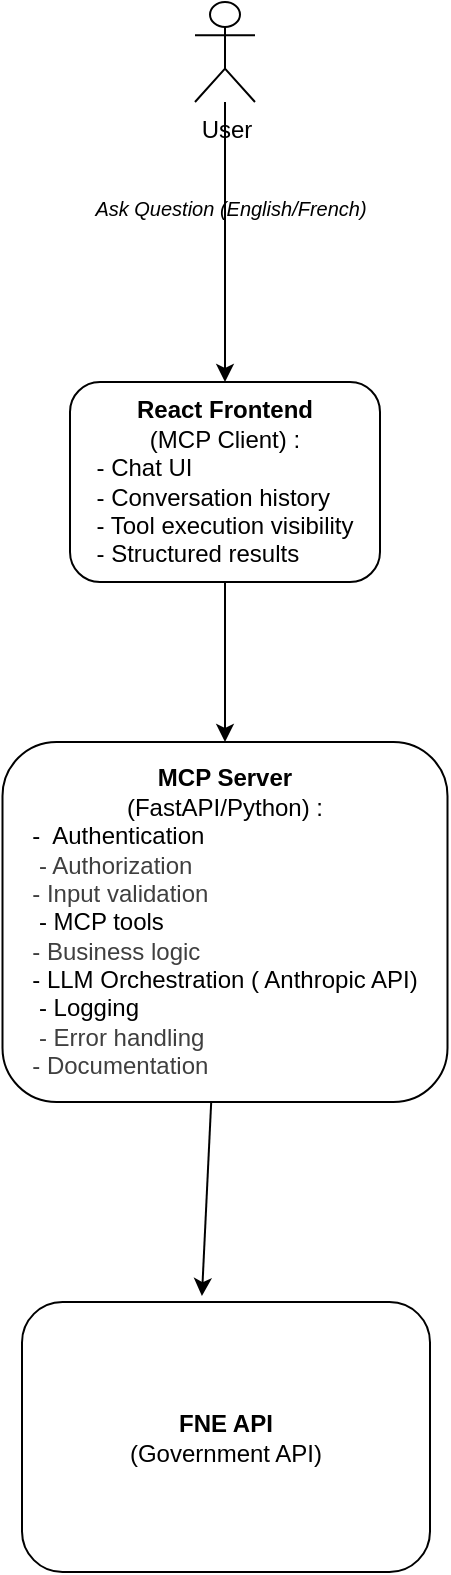
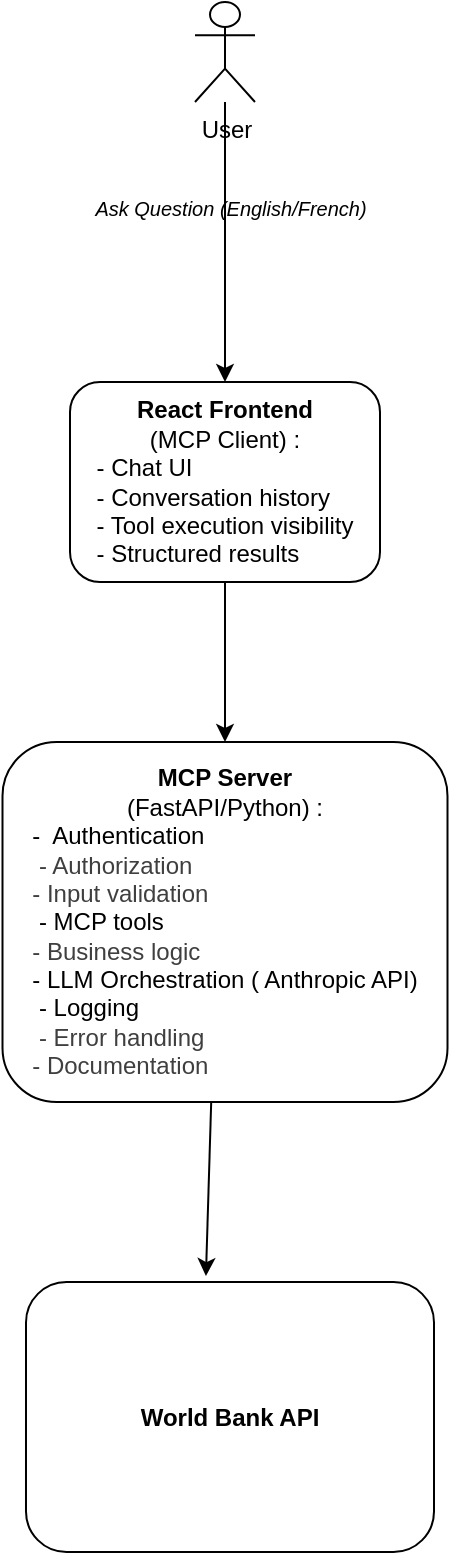
<mxfile host="65bd71144e">
    <diagram id="lmC9RGhPw9addgVsYxYg" name="Page-1">
-         <mxGraphModel dx="536" dy="647" grid="1" gridSize="10" guides="1" tooltips="1" connect="1" arrows="1" fold="1" page="1" pageScale="1" pageWidth="827" pageHeight="1169" math="0" shadow="0">
+         <mxGraphModel dx="536" dy="355" grid="1" gridSize="10" guides="1" tooltips="1" connect="1" arrows="1" fold="1" page="1" pageScale="1" pageWidth="827" pageHeight="1169" math="0" shadow="0">
            <root>
                <mxCell id="0"/>
                <mxCell id="1" parent="0"/>
                <mxCell id="2" value="&lt;b&gt;React Frontend&lt;/b&gt;&lt;div&gt;(MCP Client) :&lt;/div&gt;&lt;div style=&quot;text-align: left;&quot;&gt;- Chat UI&lt;/div&gt;&lt;div style=&quot;text-align: left;&quot;&gt;- Conversation history&lt;/div&gt;&lt;div style=&quot;text-align: left;&quot;&gt;- Tool execution visibility&lt;/div&gt;&lt;div style=&quot;text-align: left;&quot;&gt;- Structured results&lt;/div&gt;" style="rounded=1;whiteSpace=wrap;html=1;" parent="1" vertex="1">
                    <mxGeometry x="70" y="220" width="155" height="100" as="geometry"/>
                </mxCell>
                <mxCell id="3" value="&lt;div&gt;&lt;b&gt;MCP Server&lt;/b&gt;&lt;/div&gt;&lt;div&gt;(FastAPI/Python) :&lt;/div&gt;&lt;div style=&quot;text-align: left;&quot;&gt;-&amp;nbsp; Authentication&lt;/div&gt;&lt;div&gt;&lt;div style=&quot;text-align: left;&quot;&gt;&lt;span style=&quot;color: rgb(63, 63, 63); background-color: transparent;&quot;&gt;&amp;nbsp;- Authorization&amp;nbsp;&lt;/span&gt;&lt;/div&gt;&lt;div style=&quot;text-align: left;&quot;&gt;&lt;span style=&quot;color: rgb(63, 63, 63); background-color: transparent;&quot;&gt;- Input validation&amp;nbsp;&lt;/span&gt;&lt;/div&gt;&lt;/div&gt;&lt;div style=&quot;text-align: left;&quot;&gt;&amp;nbsp;- MCP tools&amp;nbsp;&lt;/div&gt;&lt;div&gt;&lt;div style=&quot;text-align: left;&quot;&gt;&lt;span style=&quot;color: rgb(63, 63, 63); background-color: transparent;&quot;&gt;- Business logic&amp;nbsp;&lt;/span&gt;&lt;/div&gt;&lt;div style=&quot;text-align: left;&quot;&gt;&lt;span style=&quot;background-color: transparent;&quot;&gt;- LLM Orchestration ( Anthropic API)&lt;/span&gt;&lt;/div&gt;&lt;div style=&quot;text-align: left;&quot;&gt;&lt;span style=&quot;background-color: transparent;&quot;&gt;&amp;nbsp;- Logging&amp;nbsp;&lt;/span&gt;&lt;/div&gt;&lt;div style=&quot;text-align: left;&quot;&gt;&lt;span style=&quot;color: rgb(63, 63, 63); background-color: transparent;&quot;&gt;&amp;nbsp;- Error handling&amp;nbsp;&lt;/span&gt;&lt;/div&gt;&lt;div style=&quot;text-align: left;&quot;&gt;&lt;span style=&quot;color: rgb(63, 63, 63); background-color: transparent;&quot;&gt;- Documentation&amp;nbsp; &amp;nbsp; &amp;nbsp; &amp;nbsp; &amp;nbsp; &amp;nbsp;&amp;nbsp;&lt;/span&gt;&lt;/div&gt;&lt;/div&gt;" style="rounded=1;whiteSpace=wrap;html=1;" parent="1" vertex="1">
                    <mxGeometry x="36.25" y="400" width="222.5" height="180" as="geometry"/>
                </mxCell>
-                 <mxCell id="4" value="&lt;div&gt;&lt;b&gt;FNE API&lt;/b&gt;&lt;/div&gt;&lt;div&gt;(Government API)&lt;/div&gt;" style="rounded=1;whiteSpace=wrap;html=1;" parent="1" vertex="1">
-                     <mxGeometry x="46" y="680" width="204" height="135" as="geometry"/>
+                 <mxCell id="4" value="&lt;div&gt;&lt;span style=&quot;background-color: transparent;&quot;&gt;&lt;b&gt;World Bank API&lt;/b&gt;&lt;/span&gt;&lt;/div&gt;" style="rounded=1;whiteSpace=wrap;html=1;" parent="1" vertex="1">
+                     <mxGeometry x="48" y="670" width="204" height="135" as="geometry"/>
                </mxCell>
                <mxCell id="8" value="User" style="shape=umlActor;verticalLabelPosition=bottom;verticalAlign=top;html=1;outlineConnect=0;" parent="1" vertex="1">
                    <mxGeometry x="132.5" y="30" width="30" height="50" as="geometry"/>
                </mxCell>
                <mxCell id="11" value="" style="endArrow=classic;html=1;entryX=0.5;entryY=0;entryDx=0;entryDy=0;" parent="1" source="8" target="2" edge="1">
                    <mxGeometry width="50" height="50" relative="1" as="geometry">
                        <mxPoint x="134.5" y="130" as="sourcePoint"/>
                        <mxPoint x="135" y="170" as="targetPoint"/>
                    </mxGeometry>
                </mxCell>
                <mxCell id="12" value="Ask Question (English/French)" style="text;html=1;align=center;verticalAlign=middle;resizable=0;points=[];autosize=1;strokeColor=none;fillColor=none;fontStyle=2;fontSize=10;" parent="1" vertex="1">
                    <mxGeometry x="70" y="118" width="160" height="30" as="geometry"/>
                </mxCell>
                <mxCell id="17" value="" style="endArrow=classic;html=1;exitX=0.5;exitY=1;exitDx=0;exitDy=0;entryX=0.5;entryY=0;entryDx=0;entryDy=0;" parent="1" source="2" target="3" edge="1">
                    <mxGeometry width="50" height="50" relative="1" as="geometry">
                        <mxPoint x="260" y="370" as="sourcePoint"/>
                        <mxPoint x="137.5" y="330" as="targetPoint"/>
                    </mxGeometry>
                </mxCell>
                <mxCell id="19" value="" style="endArrow=classic;html=1;exitX=0.469;exitY=1;exitDx=0;exitDy=0;exitPerimeter=0;entryX=0.441;entryY=-0.022;entryDx=0;entryDy=0;entryPerimeter=0;" parent="1" source="3" target="4" edge="1">
                    <mxGeometry width="50" height="50" relative="1" as="geometry">
                        <mxPoint x="260" y="370" as="sourcePoint"/>
                        <mxPoint x="141" y="670" as="targetPoint"/>
                    </mxGeometry>
                </mxCell>
            </root>
        </mxGraphModel>
    </diagram>
</mxfile>